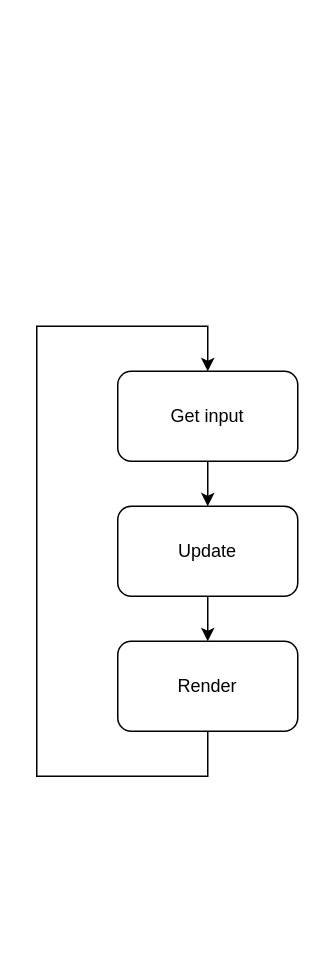
Above: page "main_loop" (8 of 12) of plan.drawio in bravePeer/BScThesis (draw.io), before the change. Source tidied: cells renumbered, new cells numbered last; positions are measured from the earlier drawing's top-left corner, leaving out a move shared by most shapes. Both pictures are drawn from the tidied source at 150%, with x=0, y=0 at pixel (36, 326).
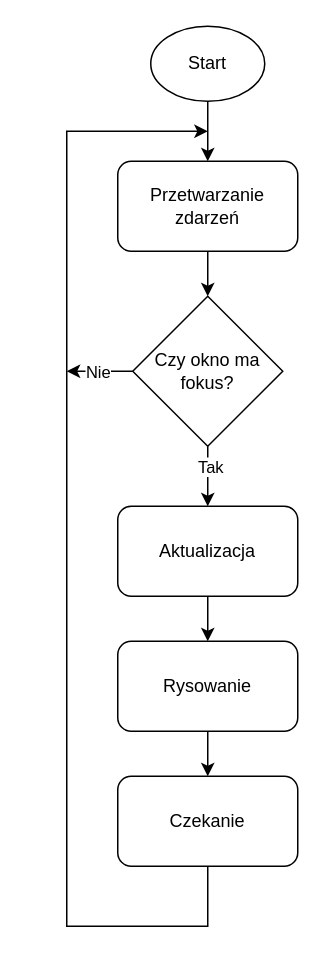
After the change.

The edit, as a diff of the source:
```diff
@@
-    <mxCell id="3" value="Update" style="rounded=1;whiteSpace=wrap;html=1;" parent="1" vertex="1">
+    <mxCell id="3" value="Aktualizacja" style="rounded=1;whiteSpace=wrap;html=1;" parent="1" vertex="1">
       <mxGeometry x="54" y="120" width="120" height="60" as="geometry" />
     </mxCell>
-    <mxCell id="4" style="edgeStyle=orthogonalEdgeStyle;rounded=0;jettySize=auto;html=1;exitX=0.5;exitY=1;exitDx=0;exitDy=0;entryX=0.5;entryY=0;entryDx=0;entryDy=0;" parent="1" edge="1" source="5" target="7">
-      <mxGeometry relative="1" as="geometry">
-        <Array as="points">
-          <mxPoint x="114" y="300" />
-          <mxPoint y="300" />
-          <mxPoint />
-          <mxPoint x="114" />
-        </Array>
-      </mxGeometry>
-    </mxCell>
+    <mxCell id="8" style="edgeStyle=orthogonalEdgeStyle;rounded=0;jettySize=auto;html=1;exitX=0.5;exitY=1;exitDx=0;exitDy=0;entryX=0.5;entryY=0;entryDx=0;entryDy=0;" parent="1" edge="1" source="5" target="13">
+      <mxGeometry relative="1" as="geometry" />
+    </mxCell>
-    <mxCell id="5" value="Render" style="rounded=1;whiteSpace=wrap;html=1;" parent="1" vertex="1">
+    <mxCell id="5" value="Rysowanie" style="rounded=1;whiteSpace=wrap;html=1;" parent="1" vertex="1">
       <mxGeometry x="54" y="210" width="120" height="60" as="geometry" />
     </mxCell>
-    <mxCell id="6" style="edgeStyle=orthogonalEdgeStyle;rounded=0;jettySize=auto;html=1;exitX=0.5;exitY=1;exitDx=0;exitDy=0;entryX=0.5;entryY=0;entryDx=0;entryDy=0;" parent="1" edge="1" source="7" target="3">
-      <mxGeometry relative="1" as="geometry" />
-    </mxCell>
+    <mxCell id="9" style="edgeStyle=orthogonalEdgeStyle;rounded=0;jettySize=auto;html=1;exitX=0.5;exitY=1;exitDx=0;exitDy=0;entryX=0.5;entryY=0;entryDx=0;entryDy=0;" parent="1" edge="1" source="7" target="18">
+      <mxGeometry relative="1" as="geometry" />
+    </mxCell>
-    <mxCell id="7" value="Get input" style="rounded=1;whiteSpace=wrap;html=1;" parent="1" vertex="1">
-      <mxGeometry x="54" y="30" width="120" height="60" as="geometry" />
+    <mxCell id="7" value="Przetwarzanie zdarzeń" style="rounded=1;whiteSpace=wrap;html=1;" parent="1" vertex="1">
+      <mxGeometry x="54" y="-110" width="120" height="60" as="geometry" />
     </mxCell>
+    <mxCell id="10" style="edgeStyle=orthogonalEdgeStyle;rounded=0;jettySize=auto;html=1;exitX=0.5;exitY=1;exitDx=0;exitDy=0;entryX=0.5;entryY=0;entryDx=0;entryDy=0;" parent="1" edge="1" source="11" target="7">
+      <mxGeometry relative="1" as="geometry" />
+    </mxCell>
+    <mxCell id="11" value="Start" style="ellipse;whiteSpace=wrap;html=1;" parent="1" vertex="1">
+      <mxGeometry x="76" y="-200" width="76" height="50" as="geometry" />
+    </mxCell>
+    <mxCell id="12" style="edgeStyle=orthogonalEdgeStyle;rounded=0;jettySize=auto;html=1;exitX=0.5;exitY=1;exitDx=0;exitDy=0;" parent="1" edge="1" source="13">
+      <mxGeometry relative="1" as="geometry">
+        <mxPoint x="114" y="-130" as="targetPoint" />
+        <Array as="points">
+          <mxPoint x="114" y="400" />
+          <mxPoint x="20" y="400" />
+          <mxPoint x="20" y="-130" />
+          <mxPoint x="114" y="-130" />
+        </Array>
+      </mxGeometry>
+    </mxCell>
+    <mxCell id="13" value="Czekanie" style="rounded=1;whiteSpace=wrap;html=1;" parent="1" vertex="1">
+      <mxGeometry x="54" y="300" width="120" height="60" as="geometry" />
+    </mxCell>
+    <mxCell id="14" style="edgeStyle=orthogonalEdgeStyle;rounded=0;jettySize=auto;html=1;exitX=0.5;exitY=1;exitDx=0;exitDy=0;entryX=0.5;entryY=0;entryDx=0;entryDy=0;" parent="1" edge="1" source="18" target="3">
+      <mxGeometry relative="1" as="geometry" />
+    </mxCell>
+    <mxCell id="15" value="Tak" style="edgeLabel;html=1;align=center;verticalAlign=middle;" parent="14" vertex="1">
+      <mxGeometry x="-0.35" y="1" relative="1" as="geometry" />
+    </mxCell>
+    <mxCell id="16" style="edgeStyle=orthogonalEdgeStyle;rounded=0;jettySize=auto;html=1;exitX=0;exitY=0.5;exitDx=0;exitDy=0;" parent="1" edge="1" source="18">
+      <mxGeometry relative="1" as="geometry">
+        <mxPoint x="20" y="30" as="targetPoint" />
+      </mxGeometry>
+    </mxCell>
+    <mxCell id="17" value="Nie" style="edgeLabel;html=1;align=center;verticalAlign=middle;" parent="16" vertex="1">
+      <mxGeometry x="0.08" y="1" relative="1" as="geometry">
+        <mxPoint y="-1" as="offset" />
+      </mxGeometry>
+    </mxCell>
+    <mxCell id="18" value="Czy okno ma fokus?" style="rhombus;whiteSpace=wrap;html=1;" parent="1" vertex="1">
+      <mxGeometry x="64" y="-20" width="100" height="100" as="geometry" />
+    </mxCell>
```
